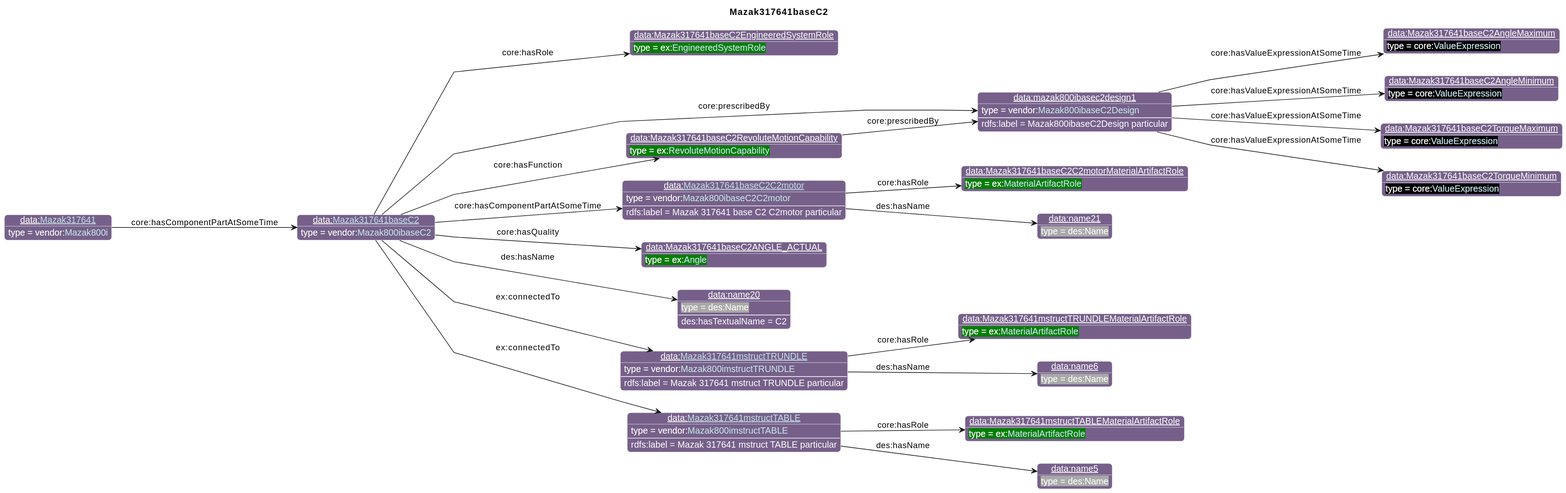
Before: diagrams/Mazak317641baseC2.svg, a diagram exported from PlantUML (iofoundry/example-syseng-mtconnect).
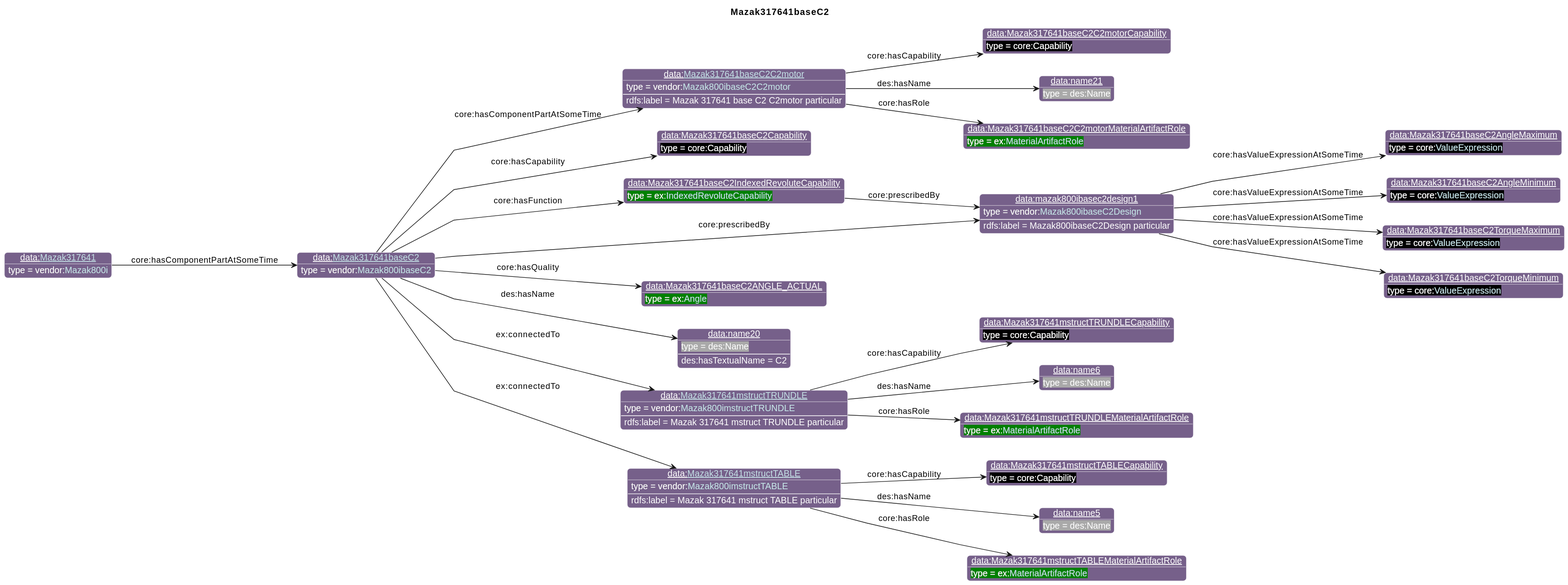
After the commit.

Change to the diagram source:
```diff
@@ -26,48 +26,54 @@
                       "qp":"641B2E"
       }
 individual(o0, data:[[./Mazak317641baseC2.html Mazak317641baseC2]], vendor:[[../Mazak.html#Mazak800ibaseC2 Mazak800ibaseC2]])
-individual(o1, data:Mazak317641baseC2EngineeredSystemRole, ex:[[../Example.html#EngineeredSystemRole EngineeredSystemRole]])
-individual(o2, data:mazak800ibasec2design1, vendor:[[../Mazak.html#Mazak800ibaseC2Design Mazak800ibaseC2Design]])
-individual(o3, data:Mazak317641baseC2AngleMaximum, core:[[https://spec.industrialontologies.org/ontology/core/Core/ValueExpression ValueExpression]])
-individual(o4, data:Mazak317641baseC2AngleMinimum, core:[[https://spec.industrialontologies.org/ontology/core/Core/ValueExpression ValueExpression]])
-individual(o5, data:Mazak317641baseC2TorqueMaximum, core:[[https://spec.industrialontologies.org/ontology/core/Core/ValueExpression ValueExpression]])
-individual(o6, data:Mazak317641baseC2TorqueMinimum, core:[[https://spec.industrialontologies.org/ontology/core/Core/ValueExpression ValueExpression]])
+individual(o1, data:mazak800ibasec2design1, vendor:[[../Mazak.html#Mazak800ibaseC2Design Mazak800ibaseC2Design]])
+individual(o2, data:Mazak317641baseC2AngleMaximum, core:[[https://spec.industrialontologies.org/ontology/core/Core/ValueExpression ValueExpression]])
+individual(o3, data:Mazak317641baseC2AngleMinimum, core:[[https://spec.industrialontologies.org/ontology/core/Core/ValueExpression ValueExpression]])
+individual(o4, data:Mazak317641baseC2TorqueMaximum, core:[[https://spec.industrialontologies.org/ontology/core/Core/ValueExpression ValueExpression]])
+individual(o5, data:Mazak317641baseC2TorqueMinimum, core:[[https://spec.industrialontologies.org/ontology/core/Core/ValueExpression ValueExpression]])
+individual(o6, data:Mazak317641baseC2Capability, core:Capability)
 individual(o7, data:[[./Mazak317641baseC2C2motor.html Mazak317641baseC2C2motor]], vendor:[[../Mazak.html#Mazak800ibaseC2C2motor Mazak800ibaseC2C2motor]])
 individual(o8, data:Mazak317641baseC2C2motorMaterialArtifactRole, ex:[[../Example.html#MaterialArtifactRole MaterialArtifactRole]])
-individual(o9, data:name21, des:Name)
-individual(o10, data:Mazak317641baseC2RevoluteMotionCapability, ex:[[../Example.html#RevoluteMotionCapability RevoluteMotionCapability]])
-individual(o11, data:Mazak317641baseC2ANGLE_ACTUAL, ex:[[../Example.html#Angle Angle]])
-individual(o12, data:name20, des:Name)
-individual(o13, data:[[./Mazak317641mstructTRUNDLE.html Mazak317641mstructTRUNDLE]], vendor:[[../Mazak.html#Mazak800imstructTRUNDLE Mazak800imstructTRUNDLE]])
-individual(o14, data:Mazak317641mstructTRUNDLEMaterialArtifactRole, ex:[[../Example.html#MaterialArtifactRole MaterialArtifactRole]])
-individual(o15, data:name6, des:Name)
-individual(o16, data:[[./Mazak317641mstructTABLE.html Mazak317641mstructTABLE]], vendor:[[../Mazak.html#Mazak800imstructTABLE Mazak800imstructTABLE]])
-individual(o17, data:Mazak317641mstructTABLEMaterialArtifactRole, ex:[[../Example.html#MaterialArtifactRole MaterialArtifactRole]])
-individual(o18, data:name5, des:Name)
-individual(o19, data:[[./Mazak317641.html Mazak317641]], vendor:[[../Mazak.html#Mazak800i Mazak800i]])
-property(o0, "core:hasRole", o1)
-property(o0, "core:prescribedBy", o2)
-data(o2, "rdfs:label", "Mazak800ibaseC2Design particular")
-property(o2, "core:hasValueExpressionAtSomeTime", o3)
-property(o2, "core:hasValueExpressionAtSomeTime", o4)
-property(o2, "core:hasValueExpressionAtSomeTime", o5)
-property(o2, "core:hasValueExpressionAtSomeTime", o6)
+individual(o9, data:Mazak317641baseC2C2motorCapability, core:Capability)
+individual(o10, data:name21, des:Name)
+individual(o11, data:Mazak317641baseC2IndexedRevoluteCapability, ex:[[../Example.html#IndexedRevoluteCapability IndexedRevoluteCapability]])
+individual(o12, data:Mazak317641baseC2ANGLE_ACTUAL, ex:[[../Example.html#Angle Angle]])
+individual(o13, data:name20, des:Name)
+individual(o14, data:[[./Mazak317641mstructTRUNDLE.html Mazak317641mstructTRUNDLE]], vendor:[[../Mazak.html#Mazak800imstructTRUNDLE Mazak800imstructTRUNDLE]])
+individual(o15, data:Mazak317641mstructTRUNDLEMaterialArtifactRole, ex:[[../Example.html#MaterialArtifactRole MaterialArtifactRole]])
+individual(o16, data:Mazak317641mstructTRUNDLECapability, core:Capability)
+individual(o17, data:name6, des:Name)
+individual(o18, data:[[./Mazak317641mstructTABLE.html Mazak317641mstructTABLE]], vendor:[[../Mazak.html#Mazak800imstructTABLE Mazak800imstructTABLE]])
+individual(o19, data:Mazak317641mstructTABLEMaterialArtifactRole, ex:[[../Example.html#MaterialArtifactRole MaterialArtifactRole]])
+individual(o20, data:Mazak317641mstructTABLECapability, core:Capability)
+individual(o21, data:name5, des:Name)
+individual(o22, data:[[./Mazak317641.html Mazak317641]], vendor:[[../Mazak.html#Mazak800i Mazak800i]])
+property(o0, "core:prescribedBy", o1)
+data(o1, "rdfs:label", "Mazak800ibaseC2Design particular")
+property(o1, "core:hasValueExpressionAtSomeTime", o2)
+property(o1, "core:hasValueExpressionAtSomeTime", o3)
+property(o1, "core:hasValueExpressionAtSomeTime", o4)
+property(o1, "core:hasValueExpressionAtSomeTime", o5)
+property(o0, "core:hasCapability", o6)
 property(o0, "core:hasComponentPartAtSomeTime", o7)
 data(o7, "rdfs:label", "Mazak 317641 base C2 C2motor particular")
 property(o7, "core:hasRole", o8)
-property(o7, "des:hasName", o9)
-property(o0, "core:hasFunction", o10)
-property(o10, "core:prescribedBy", o2)
-property(o0, "core:hasQuality", o11)
-property(o0, "des:hasName", o12)
-data(o12, "des:hasTextualName", "C2")
-property(o0, "ex:connectedTo", o13)
-data(o13, "rdfs:label", "Mazak 317641 mstruct TRUNDLE particular")
-property(o13, "core:hasRole", o14)
-property(o13, "des:hasName", o15)
-property(o0, "ex:connectedTo", o16)
-data(o16, "rdfs:label", "Mazak 317641 mstruct TABLE particular")
-property(o16, "core:hasRole", o17)
-property(o16, "des:hasName", o18)
-property(o19, "core:hasComponentPartAtSomeTime", o0)
+property(o7, "core:hasCapability", o9)
+property(o7, "des:hasName", o10)
+property(o0, "core:hasFunction", o11)
+property(o11, "core:prescribedBy", o1)
+property(o0, "core:hasQuality", o12)
+property(o0, "des:hasName", o13)
+data(o13, "des:hasTextualName", "C2")
+property(o0, "ex:connectedTo", o14)
+data(o14, "rdfs:label", "Mazak 317641 mstruct TRUNDLE particular")
+property(o14, "core:hasRole", o15)
+property(o14, "core:hasCapability", o16)
+property(o14, "des:hasName", o17)
+property(o0, "ex:connectedTo", o18)
+data(o18, "rdfs:label", "Mazak 317641 mstruct TABLE particular")
+property(o18, "core:hasRole", o19)
+property(o18, "core:hasCapability", o20)
+property(o18, "des:hasName", o21)
+property(o22, "core:hasComponentPartAtSomeTime", o0)
 @enduml
```
